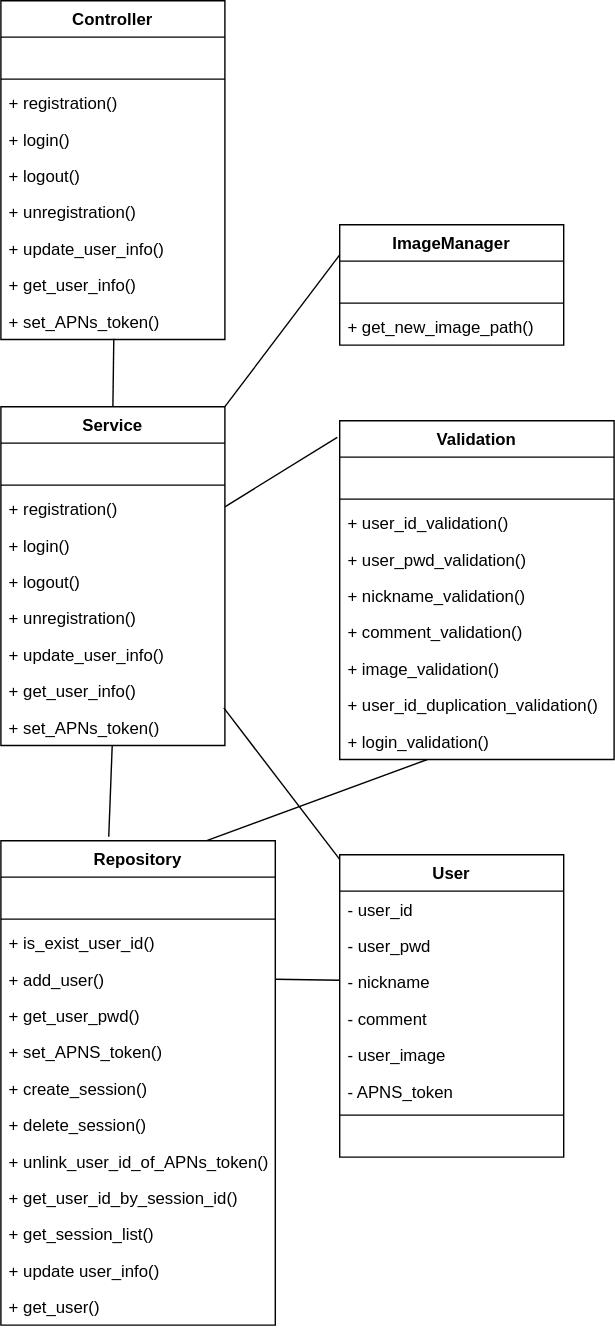
Above: 클래스 다이어그램/user_server_class_diagram.svg in shlim0/2022_capstone1 (draw.io), before the change. Source tidied: cells renumbered, new cells last; positions are measured from the earlier drawing's top-left corner, leaving out a move shared by most shapes. The source it was exported from:
```xml
<mxGraphModel>
  <root>
    <mxCell id="0" />
    <mxCell id="1" parent="0" />
    <mxCell id="2" value="Controller" style="swimlane;fontStyle=1;align=center;verticalAlign=top;horizontal=1;startSize=26;rounded=0;shadow=0;strokeWidth=1;" parent="1" vertex="1">
      <mxGeometry width="160" height="242" as="geometry" />
    </mxCell>
    <mxCell id="3" style="text;align=left;verticalAlign=top;spacingLeft=4;spacingRight=4;overflow=hidden;" parent="2" vertex="1">
      <mxGeometry y="26" width="160" height="26" as="geometry" />
    </mxCell>
    <mxCell id="4" style="line;html=1;strokeWidth=1;align=left;verticalAlign=middle;spacingTop=-1;spacingLeft=3;spacingRight=3;labelPosition=right;" parent="2" vertex="1">
      <mxGeometry y="52" width="160" height="8" as="geometry" />
    </mxCell>
    <mxCell id="5" value="+ registration()" style="text;align=left;verticalAlign=top;spacingLeft=4;spacingRight=4;overflow=hidden;" parent="2" vertex="1">
      <mxGeometry y="60" width="160" height="26" as="geometry" />
    </mxCell>
    <mxCell id="6" value="+ login()" style="text;align=left;verticalAlign=top;spacingLeft=4;spacingRight=4;overflow=hidden;" parent="2" vertex="1">
      <mxGeometry y="86" width="160" height="26" as="geometry" />
    </mxCell>
    <mxCell id="7" value="+ logout()" style="text;align=left;verticalAlign=top;spacingLeft=4;spacingRight=4;overflow=hidden;" parent="2" vertex="1">
      <mxGeometry y="112" width="160" height="26" as="geometry" />
    </mxCell>
    <mxCell id="8" value="+ unregistration()" style="text;align=left;verticalAlign=top;spacingLeft=4;spacingRight=4;overflow=hidden;" parent="2" vertex="1">
      <mxGeometry y="138" width="160" height="26" as="geometry" />
    </mxCell>
    <mxCell id="9" value="+ update_user_info()" style="text;align=left;verticalAlign=top;spacingLeft=4;spacingRight=4;overflow=hidden;" parent="2" vertex="1">
      <mxGeometry y="164" width="160" height="26" as="geometry" />
    </mxCell>
    <mxCell id="10" value="+ get_user_info()" style="text;align=left;verticalAlign=top;spacingLeft=4;spacingRight=4;overflow=hidden;" parent="2" vertex="1">
      <mxGeometry y="190" width="160" height="26" as="geometry" />
    </mxCell>
    <mxCell id="11" value="+ set_APNs_token()" style="text;align=left;verticalAlign=top;spacingLeft=4;spacingRight=4;overflow=hidden;points=[[0,0.5],[1,0.5]];portConstraint=eastwest;" parent="2" vertex="1">
      <mxGeometry y="216" width="160" height="26" as="geometry" />
    </mxCell>
    <mxCell id="12" value="Repository" style="swimlane;fontStyle=1;align=center;verticalAlign=top;horizontal=1;startSize=26;rounded=0;shadow=0;strokeWidth=1;" parent="1" vertex="1">
      <mxGeometry y="600" width="196" height="346" as="geometry" />
    </mxCell>
    <mxCell id="13" value=" " style="text;align=left;verticalAlign=top;spacingLeft=4;spacingRight=4;overflow=hidden;rounded=0;shadow=0;html=0;" parent="12" vertex="1">
      <mxGeometry y="26" width="196" height="26" as="geometry" />
    </mxCell>
    <mxCell id="14" style="line;html=1;strokeWidth=1;align=left;verticalAlign=middle;spacingTop=-1;spacingLeft=3;spacingRight=3;labelPosition=right;" parent="12" vertex="1">
      <mxGeometry y="52" width="196" height="8" as="geometry" />
    </mxCell>
    <mxCell id="15" value="+ is_exist_user_id()" style="text;align=left;verticalAlign=top;spacingLeft=4;spacingRight=4;overflow=hidden;fontStyle=0;" parent="12" vertex="1">
      <mxGeometry y="60" width="196" height="26" as="geometry" />
    </mxCell>
    <mxCell id="16" value="+ add_user()" style="text;align=left;verticalAlign=top;spacingLeft=4;spacingRight=4;overflow=hidden;points=[[0,0.5],[1,0.5]];portConstraint=eastwest;fontStyle=0;" parent="12" vertex="1">
      <mxGeometry y="86" width="196" height="26" as="geometry" />
    </mxCell>
    <mxCell id="17" value="+ get_user_pwd()" style="text;align=left;verticalAlign=top;spacingLeft=4;spacingRight=4;overflow=hidden;fontStyle=0;" parent="12" vertex="1">
      <mxGeometry y="112" width="196" height="26" as="geometry" />
    </mxCell>
    <mxCell id="18" value="+ set_APNS_token()" style="text;align=left;verticalAlign=top;spacingLeft=4;spacingRight=4;overflow=hidden;fontStyle=0;" parent="12" vertex="1">
      <mxGeometry y="138" width="196" height="26" as="geometry" />
    </mxCell>
    <mxCell id="19" value="+ create_session()" style="text;align=left;verticalAlign=top;spacingLeft=4;spacingRight=4;overflow=hidden;fontStyle=0;" parent="12" vertex="1">
      <mxGeometry y="164" width="196" height="26" as="geometry" />
    </mxCell>
    <mxCell id="20" value="+ delete_session()" style="text;align=left;verticalAlign=top;spacingLeft=4;spacingRight=4;overflow=hidden;fontStyle=0;" parent="12" vertex="1">
      <mxGeometry y="190" width="196" height="26" as="geometry" />
    </mxCell>
    <mxCell id="21" value="+ unlink_user_id_of_APNs_token()" style="text;align=left;verticalAlign=top;spacingLeft=4;spacingRight=4;overflow=hidden;fontStyle=0;" parent="12" vertex="1">
      <mxGeometry y="216" width="196" height="26" as="geometry" />
    </mxCell>
    <mxCell id="22" value="+ get_user_id_by_session_id()" style="text;align=left;verticalAlign=top;spacingLeft=4;spacingRight=4;overflow=hidden;fontStyle=0;" parent="12" vertex="1">
      <mxGeometry y="242" width="196" height="26" as="geometry" />
    </mxCell>
    <mxCell id="23" value="+ get_session_list()" style="text;align=left;verticalAlign=top;spacingLeft=4;spacingRight=4;overflow=hidden;fontStyle=0;" parent="12" vertex="1">
      <mxGeometry y="268" width="196" height="26" as="geometry" />
    </mxCell>
    <mxCell id="24" value="+ update user_info()" style="text;align=left;verticalAlign=top;spacingLeft=4;spacingRight=4;overflow=hidden;fontStyle=0;" parent="12" vertex="1">
      <mxGeometry y="294" width="196" height="26" as="geometry" />
    </mxCell>
    <mxCell id="25" value="+ get_user()" style="text;align=left;verticalAlign=top;spacingLeft=4;spacingRight=4;overflow=hidden;fontStyle=0;" parent="12" vertex="1">
      <mxGeometry y="320" width="196" height="26" as="geometry" />
    </mxCell>
    <mxCell id="26" value="Service" style="swimlane;fontStyle=1;align=center;verticalAlign=top;horizontal=1;startSize=26;rounded=0;shadow=0;strokeWidth=1;" parent="1" vertex="1">
      <mxGeometry y="290" width="160" height="242" as="geometry" />
    </mxCell>
    <mxCell id="27" value=" &#10;" style="text;align=left;verticalAlign=top;spacingLeft=4;spacingRight=4;overflow=hidden;rounded=0;shadow=0;html=0;" parent="26" vertex="1">
      <mxGeometry y="26" width="160" height="26" as="geometry" />
    </mxCell>
    <mxCell id="28" style="line;html=1;strokeWidth=1;align=left;verticalAlign=middle;spacingTop=-1;spacingLeft=3;spacingRight=3;labelPosition=right;" parent="26" vertex="1">
      <mxGeometry y="52" width="160" height="8" as="geometry" />
    </mxCell>
    <mxCell id="29" value="+ registration()" style="text;align=left;verticalAlign=top;spacingLeft=4;spacingRight=4;overflow=hidden;" parent="26" vertex="1">
      <mxGeometry y="60" width="160" height="26" as="geometry" />
    </mxCell>
    <mxCell id="30" value="+ login()" style="text;align=left;verticalAlign=top;spacingLeft=4;spacingRight=4;overflow=hidden;" parent="26" vertex="1">
      <mxGeometry y="86" width="160" height="26" as="geometry" />
    </mxCell>
    <mxCell id="31" value="+ logout()" style="text;align=left;verticalAlign=top;spacingLeft=4;spacingRight=4;overflow=hidden;" parent="26" vertex="1">
      <mxGeometry y="112" width="160" height="26" as="geometry" />
    </mxCell>
    <mxCell id="32" value="+ unregistration()" style="text;align=left;verticalAlign=top;spacingLeft=4;spacingRight=4;overflow=hidden;" parent="26" vertex="1">
      <mxGeometry y="138" width="160" height="26" as="geometry" />
    </mxCell>
    <mxCell id="33" value="+ update_user_info()" style="text;align=left;verticalAlign=top;spacingLeft=4;spacingRight=4;overflow=hidden;" parent="26" vertex="1">
      <mxGeometry y="164" width="160" height="26" as="geometry" />
    </mxCell>
    <mxCell id="34" value="+ get_user_info()" style="text;align=left;verticalAlign=top;spacingLeft=4;spacingRight=4;overflow=hidden;" parent="26" vertex="1">
      <mxGeometry y="190" width="160" height="26" as="geometry" />
    </mxCell>
    <mxCell id="35" value="+ set_APNs_token()" style="text;align=left;verticalAlign=top;spacingLeft=4;spacingRight=4;overflow=hidden;points=[[0,0.5],[1,0.5]];portConstraint=eastwest;" parent="26" vertex="1">
      <mxGeometry y="216" width="160" height="26" as="geometry" />
    </mxCell>
    <mxCell id="36" value="User" style="swimlane;fontStyle=1;align=center;verticalAlign=top;horizontal=1;startSize=26;" parent="1" vertex="1">
      <mxGeometry x="242" y="610" width="160" height="216" as="geometry" />
    </mxCell>
    <mxCell id="37" value="- user_id" style="text;strokeColor=none;fillColor=none;align=left;verticalAlign=top;spacingLeft=4;spacingRight=4;overflow=hidden;" parent="36" vertex="1">
      <mxGeometry y="26" width="160" height="26" as="geometry" />
    </mxCell>
    <mxCell id="38" value="- user_pwd" style="text;strokeColor=none;fillColor=none;align=left;verticalAlign=top;spacingLeft=4;spacingRight=4;overflow=hidden;" parent="36" vertex="1">
      <mxGeometry y="52" width="160" height="26" as="geometry" />
    </mxCell>
    <mxCell id="39" value="- nickname" style="text;strokeColor=none;fillColor=none;align=left;verticalAlign=top;spacingLeft=4;spacingRight=4;overflow=hidden;points=[[0,0.5],[1,0.5]];portConstraint=eastwest;" parent="36" vertex="1">
      <mxGeometry y="78" width="160" height="26" as="geometry" />
    </mxCell>
    <mxCell id="40" value="- comment" style="text;strokeColor=none;fillColor=none;align=left;verticalAlign=top;spacingLeft=4;spacingRight=4;overflow=hidden;" parent="36" vertex="1">
      <mxGeometry y="104" width="160" height="26" as="geometry" />
    </mxCell>
    <mxCell id="41" value="- user_image" style="text;strokeColor=none;fillColor=none;align=left;verticalAlign=top;spacingLeft=4;spacingRight=4;overflow=hidden;" parent="36" vertex="1">
      <mxGeometry y="130" width="160" height="26" as="geometry" />
    </mxCell>
    <mxCell id="42" value="- APNS_token" style="text;strokeColor=none;fillColor=none;align=left;verticalAlign=top;spacingLeft=4;spacingRight=4;overflow=hidden;" parent="36" vertex="1">
      <mxGeometry y="156" width="160" height="26" as="geometry" />
    </mxCell>
    <mxCell id="43" style="line;strokeWidth=1;fillColor=none;align=left;verticalAlign=middle;spacingTop=-1;spacingLeft=3;spacingRight=3;labelPosition=right;strokeColor=inherit;" parent="36" vertex="1">
      <mxGeometry y="182" width="160" height="8" as="geometry" />
    </mxCell>
    <mxCell id="44" value=" " style="text;strokeColor=none;fillColor=none;align=left;verticalAlign=top;spacingLeft=4;spacingRight=4;overflow=hidden;" parent="36" vertex="1">
      <mxGeometry y="190" width="160" height="26" as="geometry" />
    </mxCell>
    <mxCell id="45" value="Validation" style="swimlane;fontStyle=1;align=center;verticalAlign=top;horizontal=1;startSize=26;" parent="1" vertex="1">
      <mxGeometry x="242" y="300" width="196" height="242" as="geometry" />
    </mxCell>
    <mxCell id="46" value=" " style="text;strokeColor=none;fillColor=none;align=left;verticalAlign=top;spacingLeft=4;spacingRight=4;overflow=hidden;" parent="45" vertex="1">
      <mxGeometry y="26" width="196" height="26" as="geometry" />
    </mxCell>
    <mxCell id="47" style="line;strokeWidth=1;fillColor=none;align=left;verticalAlign=middle;spacingTop=-1;spacingLeft=3;spacingRight=3;labelPosition=right;strokeColor=inherit;" parent="45" vertex="1">
      <mxGeometry y="52" width="196" height="8" as="geometry" />
    </mxCell>
    <mxCell id="48" value="+ user_id_validation()" style="text;strokeColor=none;fillColor=none;align=left;verticalAlign=top;spacingLeft=4;spacingRight=4;overflow=hidden;" parent="45" vertex="1">
      <mxGeometry y="60" width="196" height="26" as="geometry" />
    </mxCell>
    <mxCell id="49" value="+ user_pwd_validation()" style="text;strokeColor=none;fillColor=none;align=left;verticalAlign=top;spacingLeft=4;spacingRight=4;overflow=hidden;" parent="45" vertex="1">
      <mxGeometry y="86" width="196" height="26" as="geometry" />
    </mxCell>
    <mxCell id="50" value="+ nickname_validation()" style="text;strokeColor=none;fillColor=none;align=left;verticalAlign=top;spacingLeft=4;spacingRight=4;overflow=hidden;" parent="45" vertex="1">
      <mxGeometry y="112" width="196" height="26" as="geometry" />
    </mxCell>
    <mxCell id="51" value="+ comment_validation()" style="text;strokeColor=none;fillColor=none;align=left;verticalAlign=top;spacingLeft=4;spacingRight=4;overflow=hidden;" parent="45" vertex="1">
      <mxGeometry y="138" width="196" height="26" as="geometry" />
    </mxCell>
    <mxCell id="52" value="+ image_validation()" style="text;strokeColor=none;fillColor=none;align=left;verticalAlign=top;spacingLeft=4;spacingRight=4;overflow=hidden;" parent="45" vertex="1">
      <mxGeometry y="164" width="196" height="26" as="geometry" />
    </mxCell>
    <mxCell id="53" value="+ user_id_duplication_validation()" style="text;strokeColor=none;fillColor=none;align=left;verticalAlign=top;spacingLeft=4;spacingRight=4;overflow=hidden;" parent="45" vertex="1">
      <mxGeometry y="190" width="196" height="26" as="geometry" />
    </mxCell>
    <mxCell id="54" value="+ login_validation()" style="text;strokeColor=none;fillColor=none;align=left;verticalAlign=top;spacingLeft=4;spacingRight=4;overflow=hidden;points=[[0,0.5],[1,0.5]];portConstraint=eastwest;" parent="45" vertex="1">
      <mxGeometry y="216" width="196" height="26" as="geometry" />
    </mxCell>
    <mxCell id="55" value="ImageManager" style="swimlane;fontStyle=1;align=center;verticalAlign=top;horizontal=1;startSize=26;" parent="1" vertex="1">
      <mxGeometry x="242" y="160" width="160" height="86" as="geometry" />
    </mxCell>
    <mxCell id="56" value=" " style="text;strokeColor=none;fillColor=none;align=left;verticalAlign=top;spacingLeft=4;spacingRight=4;overflow=hidden;" parent="55" vertex="1">
      <mxGeometry y="26" width="160" height="26" as="geometry" />
    </mxCell>
    <mxCell id="57" style="line;strokeWidth=1;fillColor=none;align=left;verticalAlign=middle;spacingTop=-1;spacingLeft=3;spacingRight=3;labelPosition=right;strokeColor=inherit;" parent="55" vertex="1">
      <mxGeometry y="52" width="160" height="8" as="geometry" />
    </mxCell>
    <mxCell id="58" value="+ get_new_image_path()" style="text;strokeColor=none;fillColor=none;align=left;verticalAlign=top;spacingLeft=4;spacingRight=4;overflow=hidden;" parent="55" vertex="1">
      <mxGeometry y="60" width="160" height="26" as="geometry" />
    </mxCell>
    <mxCell id="59" style="endArrow=none;html=1;rounded=0;entryX=0.5;entryY=0;entryDx=0;entryDy=0;exitX=0.504;exitY=0.978;exitDx=0;exitDy=0;exitPerimeter=0;" parent="1" edge="1" source="11" target="26">
      <mxGeometry relative="1" as="geometry" />
    </mxCell>
    <mxCell id="60" style="endArrow=none;html=1;rounded=0;entryX=0.393;entryY=-0.008;entryDx=0;entryDy=0;entryPerimeter=0;" parent="1" edge="1" source="35" target="12">
      <mxGeometry relative="1" as="geometry" />
    </mxCell>
    <mxCell id="61" style="endArrow=none;html=1;rounded=0;entryX=1;entryY=0;entryDx=0;entryDy=0;exitX=0;exitY=0.25;exitDx=0;exitDy=0;" parent="1" edge="1" source="55" target="26">
      <mxGeometry relative="1" as="geometry" />
    </mxCell>
    <mxCell id="62" style="endArrow=none;html=1;rounded=0;exitX=-0.009;exitY=0.049;exitDx=0;exitDy=0;exitPerimeter=0;" parent="1" edge="1" source="45" target="26">
      <mxGeometry relative="1" as="geometry" />
    </mxCell>
    <mxCell id="63" style="endArrow=none;html=1;rounded=0;entryX=0.995;entryY=-0.034;entryDx=0;entryDy=0;entryPerimeter=0;" parent="1" edge="1" source="36" target="35">
      <mxGeometry relative="1" as="geometry" />
    </mxCell>
    <mxCell id="64" style="endArrow=none;html=1;rounded=0;exitX=0.75;exitY=0;exitDx=0;exitDy=0;" parent="1" edge="1" source="12" target="54">
      <mxGeometry relative="1" as="geometry" />
    </mxCell>
    <mxCell id="65" style="endArrow=none;html=1;rounded=0;exitX=1;exitY=0.5;exitDx=0;exitDy=0;" parent="1" edge="1" source="16" target="39">
      <mxGeometry relative="1" as="geometry" />
    </mxCell>
  </root>
</mxGraphModel>
```
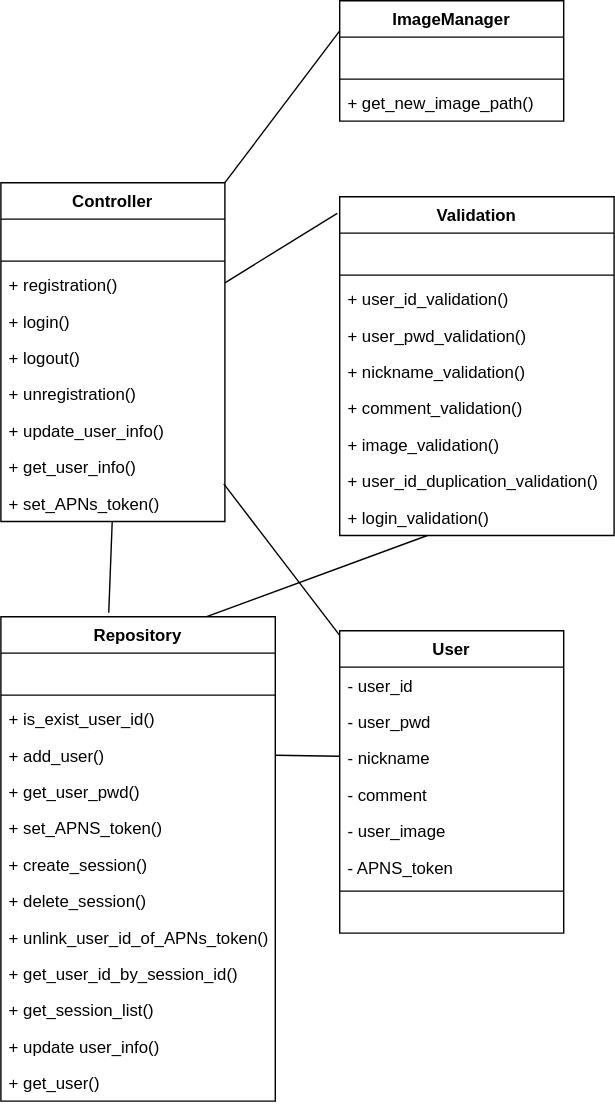
After the change.

Commit message:
user server class diagram 서비스 클래스 삭제

What changed in the source:
```diff
@@ -2,36 +2,6 @@
   <root>
     <mxCell id="0" />
     <mxCell id="1" parent="0" />
-    <mxCell id="2" value="Controller" style="swimlane;fontStyle=1;align=center;verticalAlign=top;horizontal=1;startSize=26;rounded=0;shadow=0;strokeWidth=1;" parent="1" vertex="1">
-      <mxGeometry width="160" height="242" as="geometry" />
-    </mxCell>
-    <mxCell id="3" style="text;align=left;verticalAlign=top;spacingLeft=4;spacingRight=4;overflow=hidden;" parent="2" vertex="1">
-      <mxGeometry y="26" width="160" height="26" as="geometry" />
-    </mxCell>
-    <mxCell id="4" style="line;html=1;strokeWidth=1;align=left;verticalAlign=middle;spacingTop=-1;spacingLeft=3;spacingRight=3;labelPosition=right;" parent="2" vertex="1">
-      <mxGeometry y="52" width="160" height="8" as="geometry" />
-    </mxCell>
-    <mxCell id="5" value="+ registration()" style="text;align=left;verticalAlign=top;spacingLeft=4;spacingRight=4;overflow=hidden;" parent="2" vertex="1">
-      <mxGeometry y="60" width="160" height="26" as="geometry" />
-    </mxCell>
-    <mxCell id="6" value="+ login()" style="text;align=left;verticalAlign=top;spacingLeft=4;spacingRight=4;overflow=hidden;" parent="2" vertex="1">
-      <mxGeometry y="86" width="160" height="26" as="geometry" />
-    </mxCell>
-    <mxCell id="7" value="+ logout()" style="text;align=left;verticalAlign=top;spacingLeft=4;spacingRight=4;overflow=hidden;" parent="2" vertex="1">
-      <mxGeometry y="112" width="160" height="26" as="geometry" />
-    </mxCell>
-    <mxCell id="8" value="+ unregistration()" style="text;align=left;verticalAlign=top;spacingLeft=4;spacingRight=4;overflow=hidden;" parent="2" vertex="1">
-      <mxGeometry y="138" width="160" height="26" as="geometry" />
-    </mxCell>
-    <mxCell id="9" value="+ update_user_info()" style="text;align=left;verticalAlign=top;spacingLeft=4;spacingRight=4;overflow=hidden;" parent="2" vertex="1">
-      <mxGeometry y="164" width="160" height="26" as="geometry" />
-    </mxCell>
-    <mxCell id="10" value="+ get_user_info()" style="text;align=left;verticalAlign=top;spacingLeft=4;spacingRight=4;overflow=hidden;" parent="2" vertex="1">
-      <mxGeometry y="190" width="160" height="26" as="geometry" />
-    </mxCell>
-    <mxCell id="11" value="+ set_APNs_token()" style="text;align=left;verticalAlign=top;spacingLeft=4;spacingRight=4;overflow=hidden;points=[[0,0.5],[1,0.5]];portConstraint=eastwest;" parent="2" vertex="1">
-      <mxGeometry y="216" width="160" height="26" as="geometry" />
-    </mxCell>
     <mxCell id="12" value="Repository" style="swimlane;fontStyle=1;align=center;verticalAlign=top;horizontal=1;startSize=26;rounded=0;shadow=0;strokeWidth=1;" parent="1" vertex="1">
       <mxGeometry y="600" width="196" height="346" as="geometry" />
     </mxCell>
@@ -74,7 +44,7 @@
     <mxCell id="25" value="+ get_user()" style="text;align=left;verticalAlign=top;spacingLeft=4;spacingRight=4;overflow=hidden;fontStyle=0;" parent="12" vertex="1">
       <mxGeometry y="320" width="196" height="26" as="geometry" />
     </mxCell>
-    <mxCell id="26" value="Service" style="swimlane;fontStyle=1;align=center;verticalAlign=top;horizontal=1;startSize=26;rounded=0;shadow=0;strokeWidth=1;" parent="1" vertex="1">
+    <mxCell id="26" value="Controller" style="swimlane;fontStyle=1;align=center;verticalAlign=top;horizontal=1;startSize=26;rounded=0;shadow=0;strokeWidth=1;" parent="1" vertex="1">
       <mxGeometry y="290" width="160" height="242" as="geometry" />
     </mxCell>
     <mxCell id="27" value=" &#10;" style="text;align=left;verticalAlign=top;spacingLeft=4;spacingRight=4;overflow=hidden;rounded=0;shadow=0;html=0;" parent="26" vertex="1">
@@ -173,9 +143,6 @@
     <mxCell id="58" value="+ get_new_image_path()" style="text;strokeColor=none;fillColor=none;align=left;verticalAlign=top;spacingLeft=4;spacingRight=4;overflow=hidden;" parent="55" vertex="1">
       <mxGeometry y="60" width="160" height="26" as="geometry" />
     </mxCell>
-    <mxCell id="59" style="endArrow=none;html=1;rounded=0;entryX=0.5;entryY=0;entryDx=0;entryDy=0;exitX=0.504;exitY=0.978;exitDx=0;exitDy=0;exitPerimeter=0;" parent="1" edge="1" source="11" target="26">
-      <mxGeometry relative="1" as="geometry" />
-    </mxCell>
     <mxCell id="60" style="endArrow=none;html=1;rounded=0;entryX=0.393;entryY=-0.008;entryDx=0;entryDy=0;entryPerimeter=0;" parent="1" edge="1" source="35" target="12">
       <mxGeometry relative="1" as="geometry" />
     </mxCell>
```
